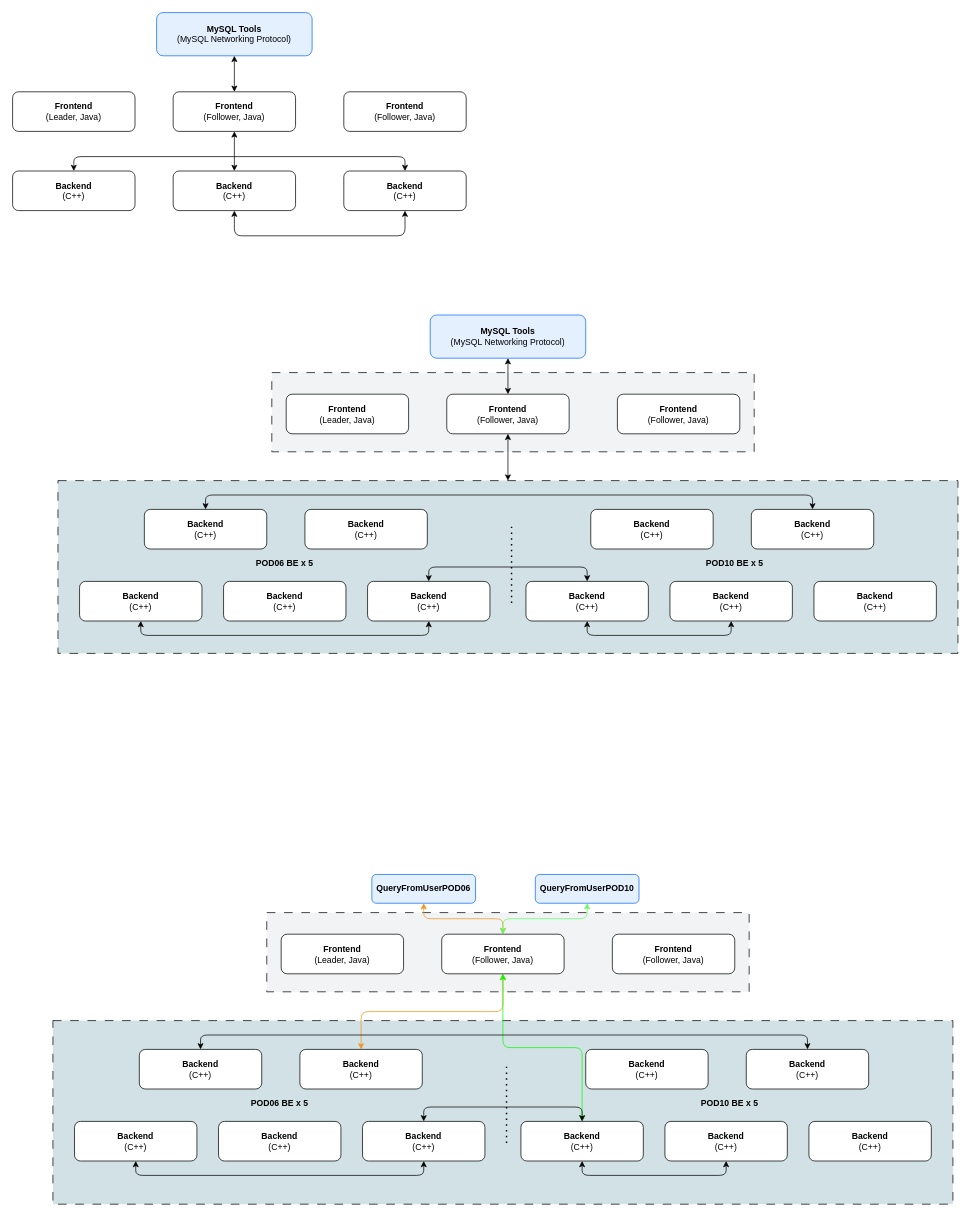
Above: 2024年终配图.drawio in casesdev/draw.io (draw.io), before the change. Source tidied: cells renumbered, new cells numbered last; positions are measured from the earlier drawing's top-left corner, leaving out a move shared by most shapes. Both pictures are drawn from the tidied source at 72%, with x=0, y=0 at pixel (12, 12).
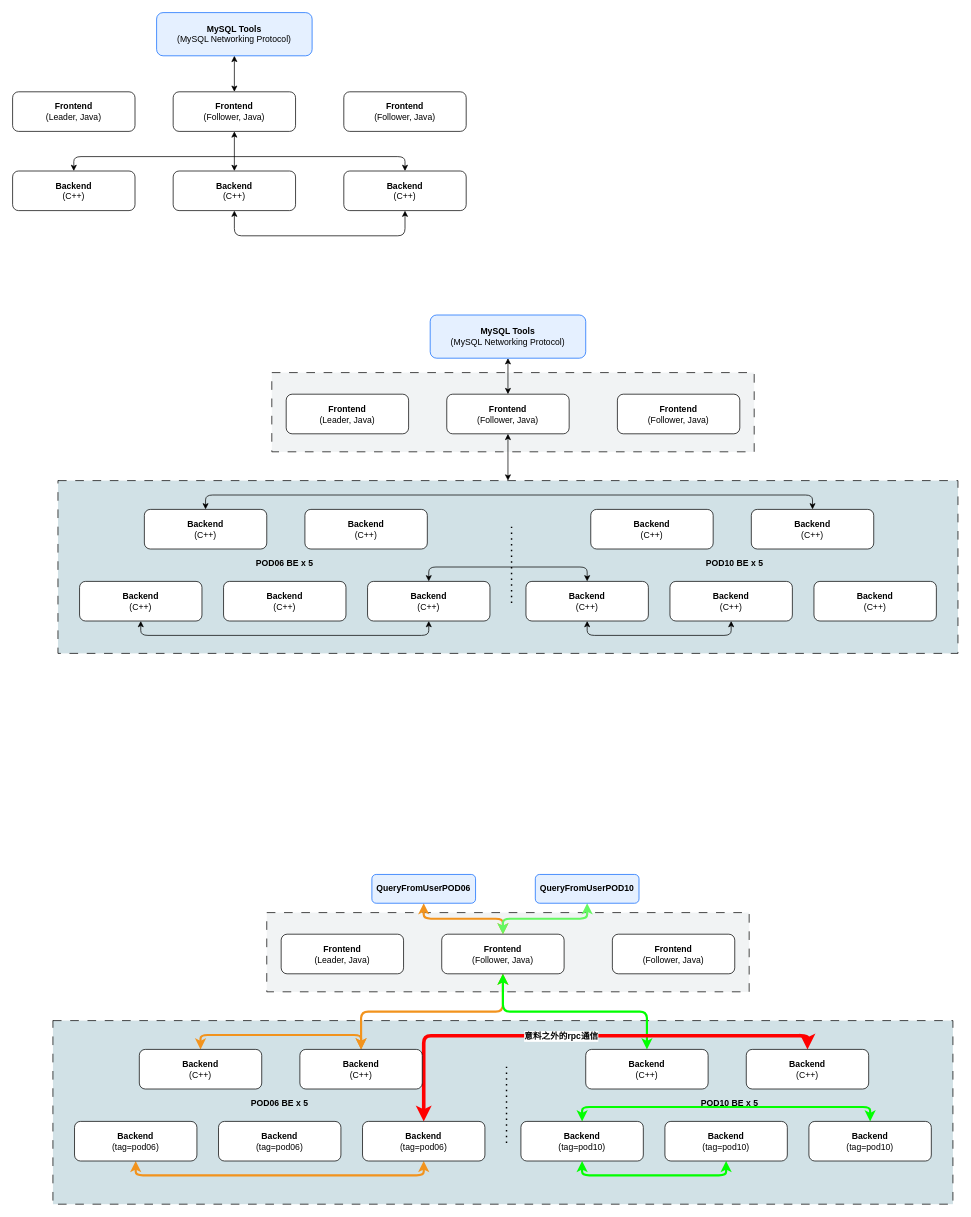
After the change.

Commit message (it also covers changes not shown here):
更新2024年终配图.drawio

Unchanged cells that the change refers to:
```xml
<mxCell id="41" value="&lt;b&gt;QueryFromUserPOD06&lt;/b&gt;" style="rounded=1;whiteSpace=wrap;html=1;strokeWidth=1;fillColor=light-dark(#e5f0ff, #ededed);strokeColor=light-dark(#0b67fd, #ededed);" parent="1" vertex="1">
  <mxGeometry x="499" y="1197" width="144" height="40" as="geometry" />
</mxCell>
<mxCell id="45" value="&lt;b&gt;Frontend&lt;/b&gt;&lt;div&gt;(Follower, Java)&lt;/div&gt;" style="rounded=1;whiteSpace=wrap;html=1;" parent="1" vertex="1">
  <mxGeometry x="596" y="1280" width="170" height="55" as="geometry" />
</mxCell>
<mxCell id="48" value="&lt;b&gt;Backend&lt;/b&gt;&lt;br&gt;(C++)" style="rounded=1;whiteSpace=wrap;html=1;" parent="1" vertex="1">
  <mxGeometry x="176" y="1440" width="170" height="55" as="geometry" />
</mxCell>
<mxCell id="51" value="&lt;b&gt;Backend&lt;/b&gt;&lt;br&gt;(C++)" style="rounded=1;whiteSpace=wrap;html=1;" parent="1" vertex="1">
  <mxGeometry x="399" y="1440" width="170" height="55" as="geometry" />
</mxCell>
<mxCell id="55" value="&lt;b&gt;Backend&lt;/b&gt;&lt;br&gt;(C++)" style="rounded=1;whiteSpace=wrap;html=1;" parent="1" vertex="1">
  <mxGeometry x="796" y="1440" width="170" height="55" as="geometry" />
</mxCell>
<mxCell id="57" value="&lt;b&gt;Backend&lt;/b&gt;&lt;br&gt;(C++)" style="rounded=1;whiteSpace=wrap;html=1;" parent="1" vertex="1">
  <mxGeometry x="1019" y="1440" width="170" height="55" as="geometry" />
</mxCell>
<mxCell id="65" value="&lt;b&gt;QueryFromUserPOD10&lt;/b&gt;" style="rounded=1;whiteSpace=wrap;html=1;strokeWidth=1;fillColor=light-dark(#e5f0ff, #ededed);strokeColor=light-dark(#0b67fd, #ededed);" parent="1" vertex="1">
  <mxGeometry x="726" y="1197" width="144" height="40" as="geometry" />
</mxCell>
```

Change to the diagram source:
```diff
@@
-    <mxCell id="40" style="edgeStyle=orthogonalEdgeStyle;rounded=1;jettySize=auto;html=1;startArrow=classic;startFill=1;flowAnimation=0;curved=0;exitX=0.5;exitY=1;exitDx=0;exitDy=0;strokeColor=light-dark(#f2931d, #ededed);" parent="1" edge="1" source="41" target="45">
+    <mxCell id="40" style="edgeStyle=orthogonalEdgeStyle;rounded=1;jettySize=auto;html=1;startArrow=classic;startFill=1;flowAnimation=0;curved=0;exitX=0.5;exitY=1;exitDx=0;exitDy=0;strokeColor=light-dark(#f2931d, #ededed);strokeWidth=3;" parent="1" edge="1" source="41" target="45">
       <mxGeometry relative="1" as="geometry" />
     </mxCell>
@@
-    <mxCell id="43" style="edgeStyle=orthogonalEdgeStyle;rounded=1;jettySize=auto;html=1;exitX=0.5;exitY=1;exitDx=0;exitDy=0;startArrow=classic;startFill=1;curved=0;strokeColor=light-dark(#f2931d, #ededed);" parent="1" edge="1" source="45" target="51">
+    <mxCell id="43" style="edgeStyle=orthogonalEdgeStyle;rounded=1;jettySize=auto;html=1;exitX=0.5;exitY=1;exitDx=0;exitDy=0;startArrow=classic;startFill=1;curved=0;strokeColor=light-dark(#f2931d, #ededed);strokeWidth=3;" parent="1" edge="1" source="45" target="51">
       <mxGeometry relative="1" as="geometry" />
     </mxCell>
-    <mxCell id="44" style="edgeStyle=orthogonalEdgeStyle;rounded=1;jettySize=auto;html=1;exitX=0.5;exitY=1;exitDx=0;exitDy=0;entryX=0.5;entryY=0;entryDx=0;entryDy=0;curved=0;strokeColor=light-dark(#00FF00,#EDEDED);startArrow=classic;startFill=1;" parent="1" edge="1" source="45" target="56">
+    <mxCell id="44" style="edgeStyle=orthogonalEdgeStyle;rounded=1;jettySize=auto;html=1;exitX=0.5;exitY=1;exitDx=0;exitDy=0;entryX=0.5;entryY=0;entryDx=0;entryDy=0;curved=0;strokeColor=light-dark(#00FF00,#EDEDED);startArrow=classic;startFill=1;strokeWidth=3;" parent="1" edge="1" source="45" target="55">
       <mxGeometry relative="1" as="geometry" />
     </mxCell>
@@
-    <mxCell id="47" style="edgeStyle=orthogonalEdgeStyle;rounded=1;jettySize=auto;html=1;exitX=0.5;exitY=0;exitDx=0;exitDy=0;entryX=0.5;entryY=0;entryDx=0;entryDy=0;startArrow=classic;startFill=1;curved=0;" parent="1" edge="1" source="48" target="57">
+    <mxCell id="47" style="edgeStyle=orthogonalEdgeStyle;rounded=1;jettySize=auto;html=1;exitX=0.5;exitY=0;exitDx=0;exitDy=0;entryX=0.5;entryY=0;entryDx=0;entryDy=0;startArrow=classic;startFill=1;curved=0;strokeColor=light-dark(#f2931d, #ededed);strokeWidth=3;" parent="1" edge="1" source="48" target="51">
       <mxGeometry relative="1" as="geometry" />
     </mxCell>
+    <mxCell id="66" style="edgeStyle=orthogonalEdgeStyle;rounded=1;jettySize=auto;html=1;entryX=0.5;entryY=0;entryDx=0;entryDy=0;exitX=0.5;exitY=0;exitDx=0;exitDy=0;strokeColor=light-dark(#ff0000, #ededed);curved=0;strokeWidth=5;startArrow=classic;startFill=1;" parent="1" edge="1" source="54" target="57">
+      <mxGeometry relative="1" as="geometry">
+        <Array as="points">
+          <mxPoint x="571" y="1421" />
+          <mxPoint x="1104" y="1421" />
+        </Array>
+      </mxGeometry>
+    </mxCell>
+    <mxCell id="67" value="&lt;font style=&quot;font-size: 12px;&quot;&gt;&lt;b&gt;意料之外的rpc通信&lt;/b&gt;&lt;/font&gt;" style="edgeLabel;html=1;align=center;verticalAlign=middle;" parent="66" vertex="1">
+      <mxGeometry x="-0.08" relative="1" as="geometry" />
+    </mxCell>
@@
-    <mxCell id="49" style="edgeStyle=orthogonalEdgeStyle;rounded=1;jettySize=auto;html=1;exitX=0.5;exitY=1;exitDx=0;exitDy=0;entryX=0.5;entryY=1;entryDx=0;entryDy=0;startArrow=classic;startFill=1;curved=0;" parent="1" edge="1" source="50" target="54">
+    <mxCell id="49" style="edgeStyle=orthogonalEdgeStyle;rounded=1;jettySize=auto;html=1;exitX=0.5;exitY=1;exitDx=0;exitDy=0;entryX=0.5;entryY=1;entryDx=0;entryDy=0;startArrow=classic;startFill=1;curved=0;strokeColor=light-dark(#f2931d, #ededed);strokeWidth=3;" parent="1" edge="1" source="50" target="54">
       <mxGeometry relative="1" as="geometry" />
     </mxCell>
-    <mxCell id="50" value="&lt;b&gt;Backend&lt;/b&gt;&lt;br&gt;(C++)" style="rounded=1;whiteSpace=wrap;html=1;" parent="1" vertex="1">
+    <mxCell id="50" value="&lt;b&gt;Backend&lt;/b&gt;&lt;br&gt;(tag=pod06)" style="rounded=1;whiteSpace=wrap;html=1;" parent="1" vertex="1">
       <mxGeometry x="86" y="1540" width="170" height="55" as="geometry" />
     </mxCell>
@@
-    <mxCell id="52" value="&lt;b&gt;Backend&lt;/b&gt;&lt;br&gt;(C++)" style="rounded=1;whiteSpace=wrap;html=1;" parent="1" vertex="1">
+    <mxCell id="52" value="&lt;b&gt;Backend&lt;/b&gt;&lt;br&gt;(tag=pod06)" style="rounded=1;whiteSpace=wrap;html=1;" parent="1" vertex="1">
       <mxGeometry x="286" y="1540" width="170" height="55" as="geometry" />
     </mxCell>
-    <mxCell id="53" style="edgeStyle=orthogonalEdgeStyle;rounded=1;jettySize=auto;html=1;exitX=0.5;exitY=0;exitDx=0;exitDy=0;entryX=0.5;entryY=0;entryDx=0;entryDy=0;curved=0;startArrow=classic;startFill=1;" parent="1" edge="1" source="54" target="56">
+    <mxCell id="53" style="edgeStyle=orthogonalEdgeStyle;rounded=1;jettySize=auto;html=1;exitX=0.5;exitY=0;exitDx=0;exitDy=0;entryX=0.5;entryY=0;entryDx=0;entryDy=0;curved=0;startArrow=classic;startFill=1;strokeWidth=3;strokeColor=light-dark(#02ff00, #ededed);" parent="1" edge="1" source="60" target="56">
       <mxGeometry relative="1" as="geometry" />
     </mxCell>
-    <mxCell id="54" value="&lt;b&gt;Backend&lt;/b&gt;&lt;br&gt;(C++)" style="rounded=1;whiteSpace=wrap;html=1;" parent="1" vertex="1">
+    <mxCell id="54" value="&lt;b&gt;Backend&lt;/b&gt;&lt;br&gt;(tag=pod06)" style="rounded=1;whiteSpace=wrap;html=1;" parent="1" vertex="1">
       <mxGeometry x="486" y="1540" width="170" height="55" as="geometry" />
     </mxCell>
@@
-    <mxCell id="56" value="&lt;b&gt;Backend&lt;/b&gt;&lt;br&gt;(C++)" style="rounded=1;whiteSpace=wrap;html=1;" parent="1" vertex="1">
+    <mxCell id="56" value="&lt;b&gt;Backend&lt;/b&gt;&lt;br&gt;(tag=pod10)" style="rounded=1;whiteSpace=wrap;html=1;" parent="1" vertex="1">
       <mxGeometry x="706" y="1540" width="170" height="55" as="geometry" />
     </mxCell>
@@
-    <mxCell id="58" style="edgeStyle=orthogonalEdgeStyle;rounded=1;jettySize=auto;html=1;exitX=0.5;exitY=1;exitDx=0;exitDy=0;entryX=0.5;entryY=1;entryDx=0;entryDy=0;curved=0;startArrow=classic;startFill=1;" parent="1" edge="1" source="59" target="56">
+    <mxCell id="58" style="edgeStyle=orthogonalEdgeStyle;rounded=1;jettySize=auto;html=1;exitX=0.5;exitY=1;exitDx=0;exitDy=0;entryX=0.5;entryY=1;entryDx=0;entryDy=0;curved=0;startArrow=classic;startFill=1;strokeWidth=3;strokeColor=light-dark(#02ff00, #ededed);" parent="1" edge="1" source="59" target="56">
       <mxGeometry relative="1" as="geometry" />
     </mxCell>
-    <mxCell id="59" value="&lt;b&gt;Backend&lt;/b&gt;&lt;br&gt;(C++)" style="rounded=1;whiteSpace=wrap;html=1;" parent="1" vertex="1">
+    <mxCell id="59" value="&lt;b&gt;Backend&lt;/b&gt;&lt;br&gt;(tag=pod10)" style="rounded=1;whiteSpace=wrap;html=1;" parent="1" vertex="1">
       <mxGeometry x="906" y="1540" width="170" height="55" as="geometry" />
     </mxCell>
-    <mxCell id="60" value="&lt;b&gt;Backend&lt;/b&gt;&lt;br&gt;(C++)" style="rounded=1;whiteSpace=wrap;html=1;" parent="1" vertex="1">
+    <mxCell id="60" value="&lt;b&gt;Backend&lt;/b&gt;&lt;br&gt;(tag=pod10)" style="rounded=1;whiteSpace=wrap;html=1;" parent="1" vertex="1">
       <mxGeometry x="1106" y="1540" width="170" height="55" as="geometry" />
     </mxCell>
@@
-    <mxCell id="64" style="edgeStyle=orthogonalEdgeStyle;rounded=1;jettySize=auto;html=1;exitX=0.5;exitY=1;exitDx=0;exitDy=0;entryX=0.5;entryY=0;entryDx=0;entryDy=0;curved=0;startArrow=classic;startFill=1;strokeColor=light-dark(#65f862, #ededed);" parent="1" edge="1" source="65" target="45">
+    <mxCell id="64" style="edgeStyle=orthogonalEdgeStyle;rounded=1;jettySize=auto;html=1;exitX=0.5;exitY=1;exitDx=0;exitDy=0;entryX=0.5;entryY=0;entryDx=0;entryDy=0;curved=0;startArrow=classic;startFill=1;strokeColor=light-dark(#65f862, #ededed);strokeWidth=3;" parent="1" edge="1" source="65" target="45">
       <mxGeometry relative="1" as="geometry" />
     </mxCell>
```
